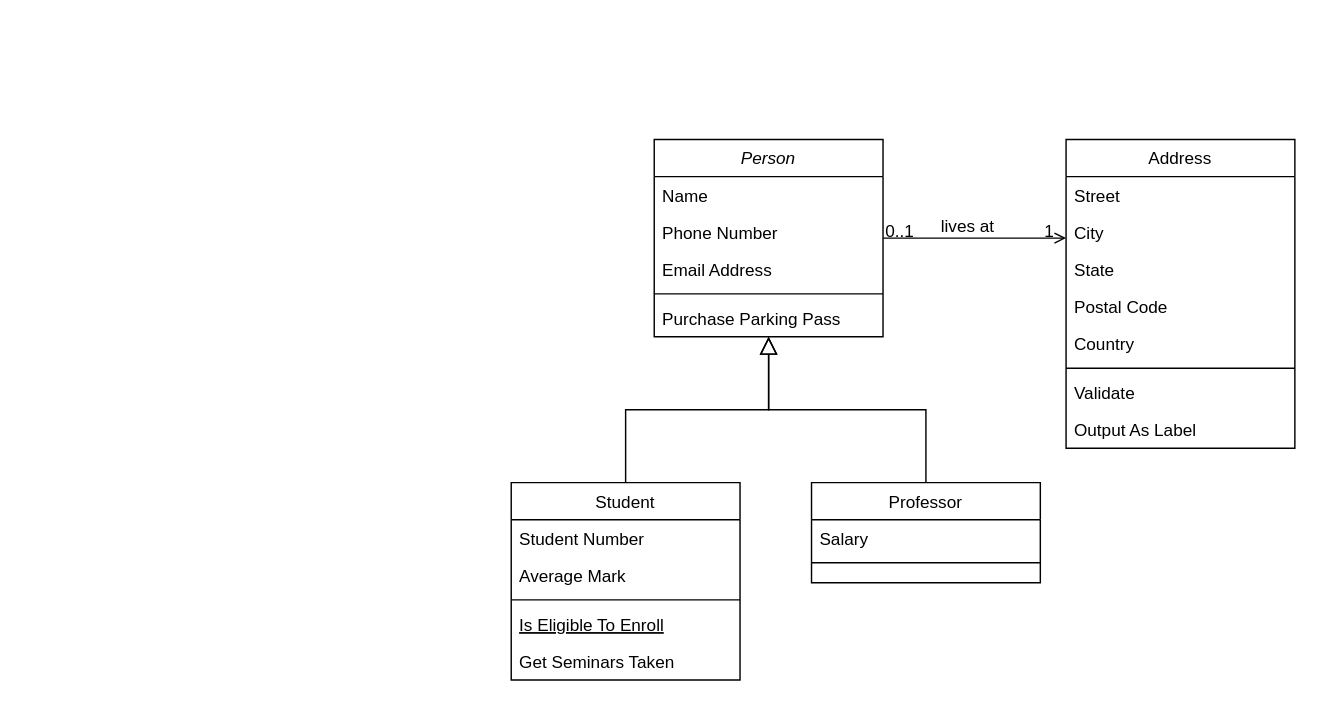
The draw.io diagram MSUClassIC/src/assets/Untitled Diagram.drawio in mdl0100/MSUClassIC, before the edit. Source tidied: cells renumbered, new cells numbered last; positions are measured from the earlier drawing's top-left corner, leaving out a move shared by most shapes. Both pictures are drawn from the tidied source at 143%, with x=0, y=0 at pixel (511, 139).
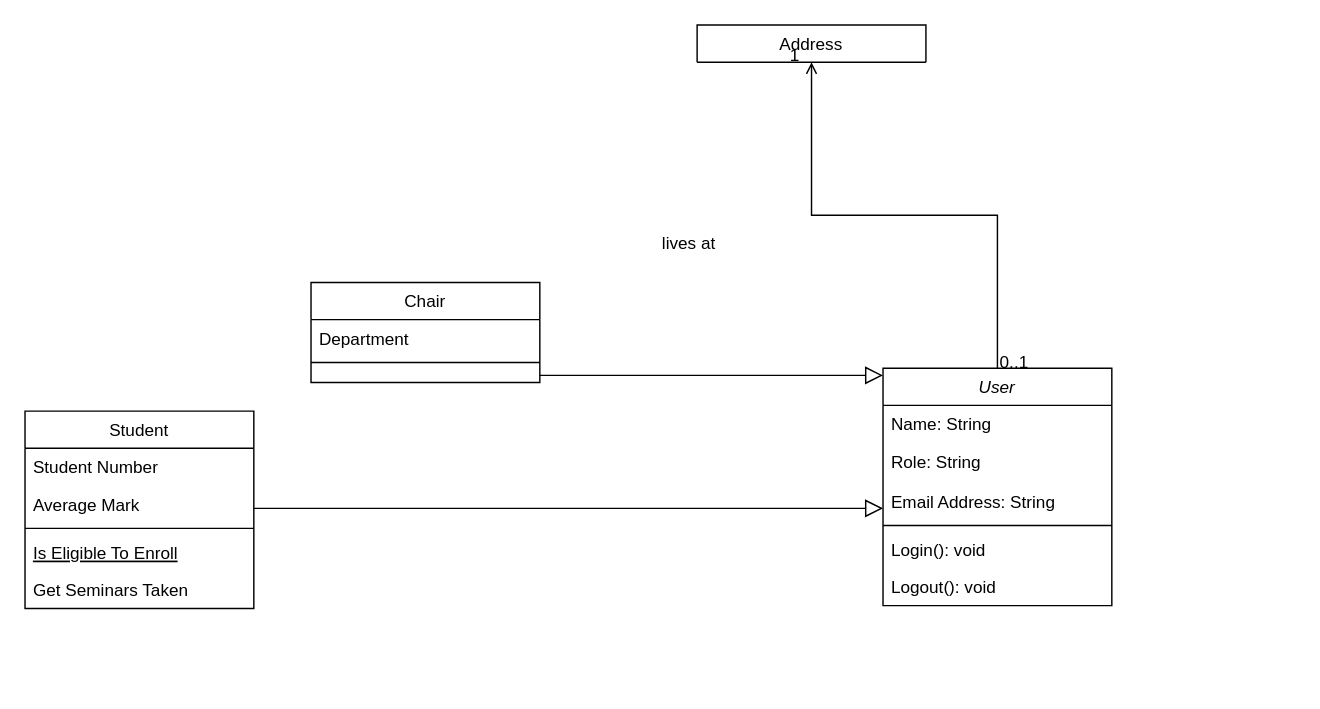
The same diagram, later.

The edit, as a diff of the source:
```diff
@@
-    <mxCell id="2" value="Person" style="swimlane;fontStyle=2;align=center;verticalAlign=top;horizontal=1;startSize=26;rounded=0;shadow=0;strokeWidth=1;" parent="1" vertex="1">
-      <mxGeometry x="100" width="160" height="138" as="geometry" />
+    <mxCell id="2" value="User" style="swimlane;fontStyle=2;align=center;verticalAlign=top;horizontal=1;startSize=26;rounded=0;shadow=0;strokeWidth=1;" parent="1" vertex="1">
+      <mxGeometry x="260" y="160" width="160" height="166" as="geometry" />
     </mxCell>
-    <mxCell id="3" value="Name" style="text;align=left;verticalAlign=top;spacingLeft=4;spacingRight=4;overflow=hidden;" parent="2" vertex="1">
+    <mxCell id="3" value="Name: String   " style="text;align=left;verticalAlign=top;spacingLeft=4;spacingRight=4;overflow=hidden;" parent="2" vertex="1">
       <mxGeometry y="26" width="160" height="26" as="geometry" />
     </mxCell>
-    <mxCell id="4" value="Phone Number" style="text;align=left;verticalAlign=top;spacingLeft=4;spacingRight=4;overflow=hidden;rounded=0;shadow=0;html=0;" parent="2" vertex="1">
-      <mxGeometry y="52" width="160" height="26" as="geometry" />
+    <mxCell id="4" value="Role: String" style="text;align=left;verticalAlign=top;spacingLeft=4;spacingRight=4;overflow=hidden;rounded=0;shadow=0;html=0;" parent="2" vertex="1">
+      <mxGeometry y="52" width="160" height="28" as="geometry" />
     </mxCell>
-    <mxCell id="5" value="Email Address" style="text;align=left;verticalAlign=top;spacingLeft=4;spacingRight=4;overflow=hidden;rounded=0;shadow=0;html=0;" parent="2" vertex="1">
-      <mxGeometry y="78" width="160" height="26" as="geometry" />
+    <mxCell id="5" value="Email Address: String" style="text;align=left;verticalAlign=top;spacingLeft=4;spacingRight=4;overflow=hidden;rounded=0;shadow=0;html=0;" parent="2" vertex="1">
+      <mxGeometry y="80" width="160" height="26" as="geometry" />
     </mxCell>
     <mxCell id="6" style="line;html=1;strokeWidth=1;align=left;verticalAlign=middle;spacingTop=-1;spacingLeft=3;spacingRight=3;labelPosition=right;" parent="2" vertex="1">
-      <mxGeometry y="104" width="160" height="8" as="geometry" />
+      <mxGeometry y="106" width="160" height="8" as="geometry" />
     </mxCell>
-    <mxCell id="7" value="Purchase Parking Pass" style="text;align=left;verticalAlign=top;spacingLeft=4;spacingRight=4;overflow=hidden;" parent="2" vertex="1">
-      <mxGeometry y="112" width="160" height="26" as="geometry" />
+    <mxCell id="7" value="Login(): void&#10;" style="text;align=left;verticalAlign=top;spacingLeft=4;spacingRight=4;overflow=hidden;" parent="2" vertex="1">
+      <mxGeometry y="114" width="160" height="26" as="geometry" />
     </mxCell>
+    <mxCell id="32" value="Logout(): void&#10;" style="text;align=left;verticalAlign=top;spacingLeft=4;spacingRight=4;overflow=hidden;" parent="2" vertex="1">
+      <mxGeometry y="140" width="160" height="26" as="geometry" />
+    </mxCell>
     <mxCell id="8" value="Student" style="swimlane;fontStyle=0;align=center;verticalAlign=top;horizontal=1;startSize=26;rounded=0;shadow=0;strokeWidth=1;" parent="1" vertex="1">
-      <mxGeometry y="240" width="160" height="138" as="geometry" />
+      <mxGeometry x="-340" y="190" width="160" height="138" as="geometry" />
     </mxCell>
@@
-    <mxCell id="15" value="Professor" style="swimlane;fontStyle=0;align=center;verticalAlign=top;horizontal=1;startSize=26;rounded=0;shadow=0;strokeWidth=1;" parent="1" vertex="1">
-      <mxGeometry x="210" y="240" width="160" height="70" as="geometry" />
+    <mxCell id="15" value="Chair" style="swimlane;fontStyle=0;align=center;verticalAlign=top;horizontal=1;startSize=26;rounded=0;shadow=0;strokeWidth=1;" parent="1" vertex="1">
+      <mxGeometry x="-140" y="100" width="160" height="70" as="geometry" />
     </mxCell>
-    <mxCell id="16" value="Salary" style="text;align=left;verticalAlign=top;spacingLeft=4;spacingRight=4;overflow=hidden;" parent="15" vertex="1">
+    <mxCell id="16" value="Department" style="text;align=left;verticalAlign=top;spacingLeft=4;spacingRight=4;overflow=hidden;" parent="15" vertex="1">
       <mxGeometry y="26" width="160" height="26" as="geometry" />
     </mxCell>
@@
-    <mxCell id="19" value="Address" style="swimlane;fontStyle=0;align=center;verticalAlign=top;horizontal=1;startSize=26;rounded=0;shadow=0;strokeWidth=1;" parent="1" vertex="1">
-      <mxGeometry x="388" width="160" height="216" as="geometry" />
+    <mxCell id="19" value="Address" style="swimlane;fontStyle=0;align=center;verticalAlign=top;horizontal=1;startSize=26;rounded=0;shadow=0;strokeWidth=1;" parent="1" vertex="1" collapsed="1">
+      <mxGeometry x="130" y="-80" width="160" height="26" as="geometry" />
     </mxCell>
-    <mxCell id="20" value="Street" style="text;align=left;verticalAlign=top;spacingLeft=4;spacingRight=4;overflow=hidden;" parent="19" vertex="1">
-      <mxGeometry y="26" width="160" height="26" as="geometry" />
-    </mxCell>
-    <mxCell id="21" value="City" style="text;align=left;verticalAlign=top;spacingLeft=4;spacingRight=4;overflow=hidden;rounded=0;shadow=0;html=0;" parent="19" vertex="1">
-      <mxGeometry y="52" width="160" height="26" as="geometry" />
-    </mxCell>
-    <mxCell id="22" value="State" style="text;align=left;verticalAlign=top;spacingLeft=4;spacingRight=4;overflow=hidden;rounded=0;shadow=0;html=0;" parent="19" vertex="1">
-      <mxGeometry y="78" width="160" height="26" as="geometry" />
-    </mxCell>
-    <mxCell id="23" value="Postal Code" style="text;align=left;verticalAlign=top;spacingLeft=4;spacingRight=4;overflow=hidden;rounded=0;shadow=0;html=0;" parent="19" vertex="1">
-      <mxGeometry y="104" width="160" height="26" as="geometry" />
-    </mxCell>
-    <mxCell id="24" value="Country" style="text;align=left;verticalAlign=top;spacingLeft=4;spacingRight=4;overflow=hidden;rounded=0;shadow=0;html=0;" parent="19" vertex="1">
-      <mxGeometry y="130" width="160" height="26" as="geometry" />
-    </mxCell>
-    <mxCell id="25" style="line;html=1;strokeWidth=1;align=left;verticalAlign=middle;spacingTop=-1;spacingLeft=3;spacingRight=3;labelPosition=right;" parent="19" vertex="1">
-      <mxGeometry y="156" width="160" height="8" as="geometry" />
-    </mxCell>
-    <mxCell id="26" value="Validate" style="text;align=left;verticalAlign=top;spacingLeft=4;spacingRight=4;overflow=hidden;" parent="19" vertex="1">
-      <mxGeometry y="164" width="160" height="26" as="geometry" />
-    </mxCell>
-    <mxCell id="27" value="Output As Label" style="text;align=left;verticalAlign=top;spacingLeft=4;spacingRight=4;overflow=hidden;" parent="19" vertex="1">
-      <mxGeometry y="190" width="160" height="26" as="geometry" />
-    </mxCell>
```
